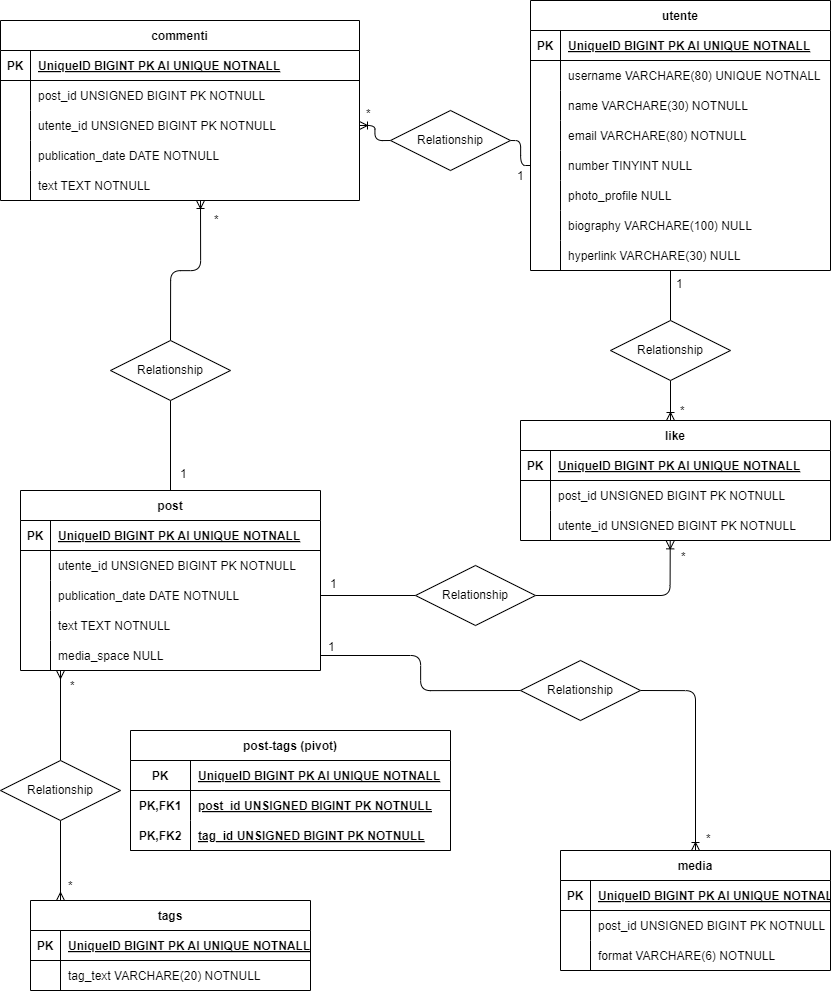
This is schema.png from martinalumastro/social-platform, a draw.io export, as it was before one commit. Source tidied: cells renumbered, new cells last; positions are measured from the earlier drawing's top-left corner, leaving out a move shared by most shapes.
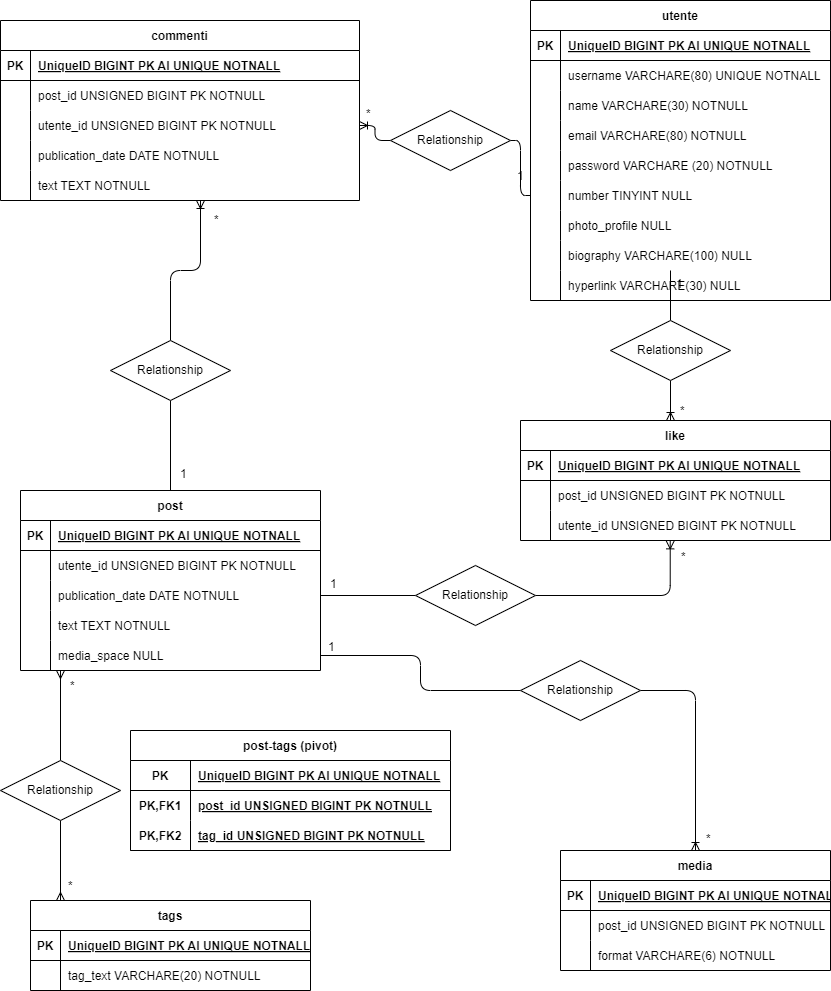
After the change.

Commit message:
Esercizi DBeaver e aggiunta password nella tabella dello step 1

Change to the diagram source:
```diff
@@ -3,7 +3,7 @@
     <mxCell id="0" />
     <mxCell id="1" parent="0" />
     <mxCell id="2" value="utente" style="shape=table;startSize=30;rowLines=0;fontStyle=1;align=center;" parent="1" vertex="1">
-      <mxGeometry x="530" width="300" height="270" as="geometry" />
+      <mxGeometry x="530" width="300" height="300" as="geometry" />
     </mxCell>
     <mxCell id="3" style="shape=tableRow;horizontal=0;startSize=0;swimlaneHead=0;swimlaneBody=0;fillColor=none;top=0;left=0;right=0;bottom=1;" parent="2" vertex="1">
       <mxGeometry y="30" width="300" height="30" as="geometry" />
@@ -41,8 +41,17 @@
     <mxCell id="14" value="email VARCHARE(80) NOTNULL" style="shape=partialRectangle;fillColor=none;top=0;left=0;bottom=0;right=0;align=left;spacingLeft=6;overflow=hidden;" parent="12" vertex="1">
       <mxGeometry x="30" width="270" height="30" as="geometry" />
     </mxCell>
+    <mxCell id="126" style="shape=tableRow;horizontal=0;startSize=0;swimlaneHead=0;swimlaneBody=0;fillColor=none;top=0;left=0;right=0;bottom=0;" parent="2" vertex="1">
+      <mxGeometry y="150" width="300" height="30" as="geometry" />
+    </mxCell>
+    <mxCell id="127" style="shape=partialRectangle;fillColor=none;top=0;left=0;bottom=0;right=0;overflow=hidden;" parent="126" vertex="1">
+      <mxGeometry width="30" height="30" as="geometry" />
+    </mxCell>
+    <mxCell id="128" value="password VARCHARE (20) NOTNULL" style="shape=partialRectangle;fillColor=none;top=0;left=0;bottom=0;right=0;align=left;spacingLeft=6;overflow=hidden;" parent="126" vertex="1">
+      <mxGeometry x="30" width="270" height="30" as="geometry" />
+    </mxCell>
     <mxCell id="15" style="shape=tableRow;horizontal=0;startSize=0;swimlaneHead=0;swimlaneBody=0;fillColor=none;points=[[0,0.5],[1,0.5]];portConstraint=eastwest;top=0;left=0;right=0;bottom=0;" parent="2" vertex="1">
-      <mxGeometry y="150" width="300" height="30" as="geometry" />
+      <mxGeometry y="180" width="300" height="30" as="geometry" />
     </mxCell>
     <mxCell id="16" style="shape=partialRectangle;fillColor=none;top=0;left=0;bottom=0;right=0;overflow=hidden;" parent="15" vertex="1">
       <mxGeometry width="30" height="30" as="geometry" />
@@ -51,7 +60,7 @@
       <mxGeometry x="30" width="270" height="30" as="geometry" />
     </mxCell>
     <mxCell id="18" style="shape=tableRow;horizontal=0;startSize=0;swimlaneHead=0;swimlaneBody=0;fillColor=none;top=0;left=0;right=0;bottom=0;" parent="2" vertex="1">
-      <mxGeometry y="180" width="300" height="30" as="geometry" />
+      <mxGeometry y="210" width="300" height="30" as="geometry" />
     </mxCell>
     <mxCell id="19" style="shape=partialRectangle;fillColor=none;top=0;left=0;bottom=0;right=0;overflow=hidden;" parent="18" vertex="1">
       <mxGeometry width="30" height="30" as="geometry" />
@@ -60,7 +69,7 @@
       <mxGeometry x="30" width="270" height="30" as="geometry" />
     </mxCell>
     <mxCell id="21" style="shape=tableRow;horizontal=0;startSize=0;swimlaneHead=0;swimlaneBody=0;fillColor=none;top=0;left=0;right=0;bottom=0;" parent="2" vertex="1">
-      <mxGeometry y="210" width="300" height="30" as="geometry" />
+      <mxGeometry y="240" width="300" height="30" as="geometry" />
     </mxCell>
     <mxCell id="22" style="shape=partialRectangle;fillColor=none;top=0;left=0;bottom=0;right=0;overflow=hidden;" parent="21" vertex="1">
       <mxGeometry width="30" height="30" as="geometry" />
@@ -69,7 +78,7 @@
       <mxGeometry x="30" width="270" height="30" as="geometry" />
     </mxCell>
     <mxCell id="24" style="shape=tableRow;horizontal=0;startSize=0;swimlaneHead=0;swimlaneBody=0;fillColor=none;top=0;left=0;right=0;bottom=0;" parent="2" vertex="1">
-      <mxGeometry y="240" width="300" height="30" as="geometry" />
+      <mxGeometry y="270" width="300" height="30" as="geometry" />
     </mxCell>
     <mxCell id="25" style="shape=partialRectangle;fillColor=none;top=0;left=0;bottom=0;right=0;overflow=hidden;" parent="24" vertex="1">
       <mxGeometry width="30" height="30" as="geometry" />
```
